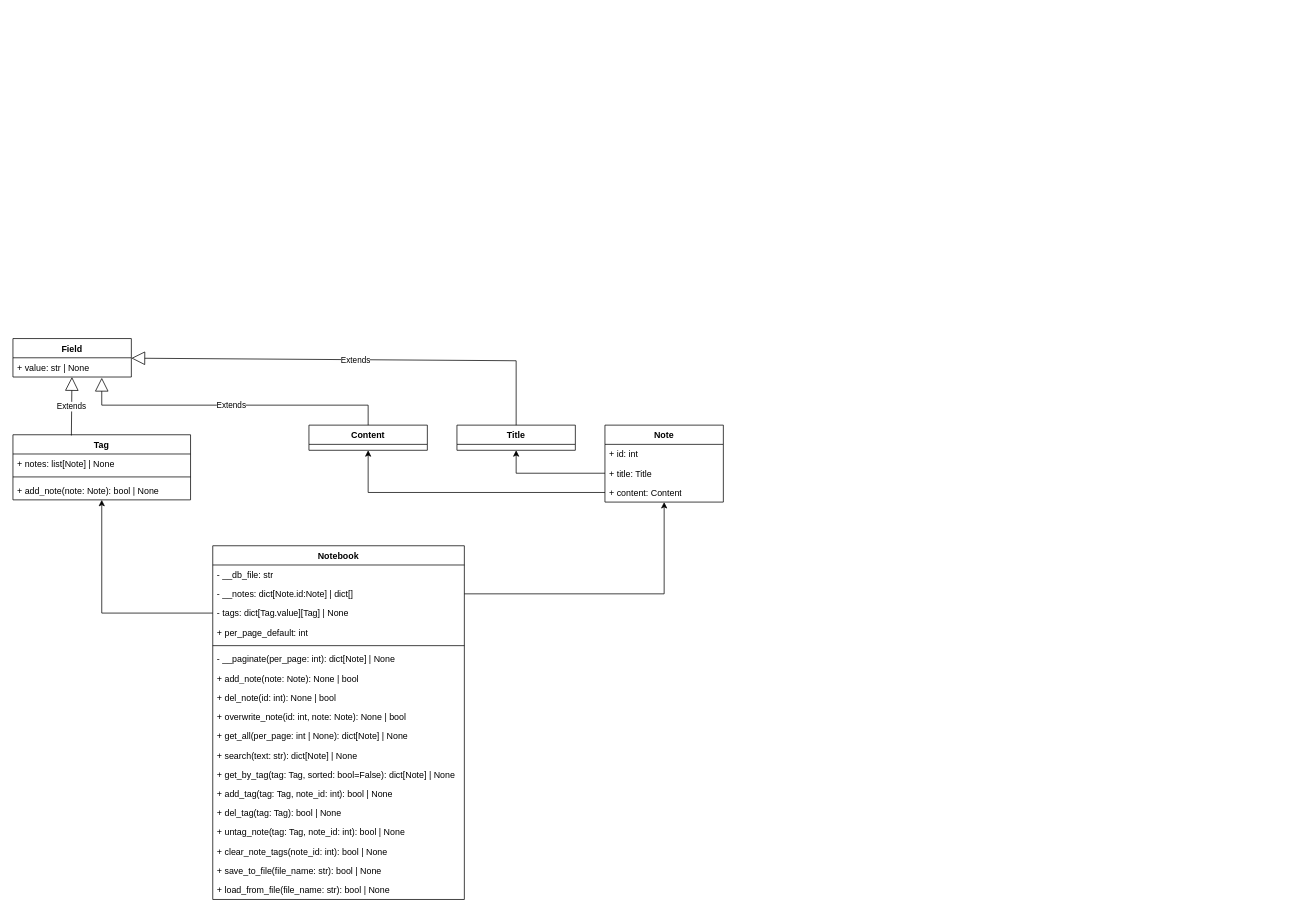
Above: The S.O.F.T.drawio in oleverse/uml (draw.io), before the change. Source tidied: cells renumbered, new cells numbered last; positions are measured from the earlier drawing's top-left corner, leaving out a move shared by most shapes. Both pictures are drawn from the tidied source at 74%, with x=0, y=0 at pixel (13, 338).
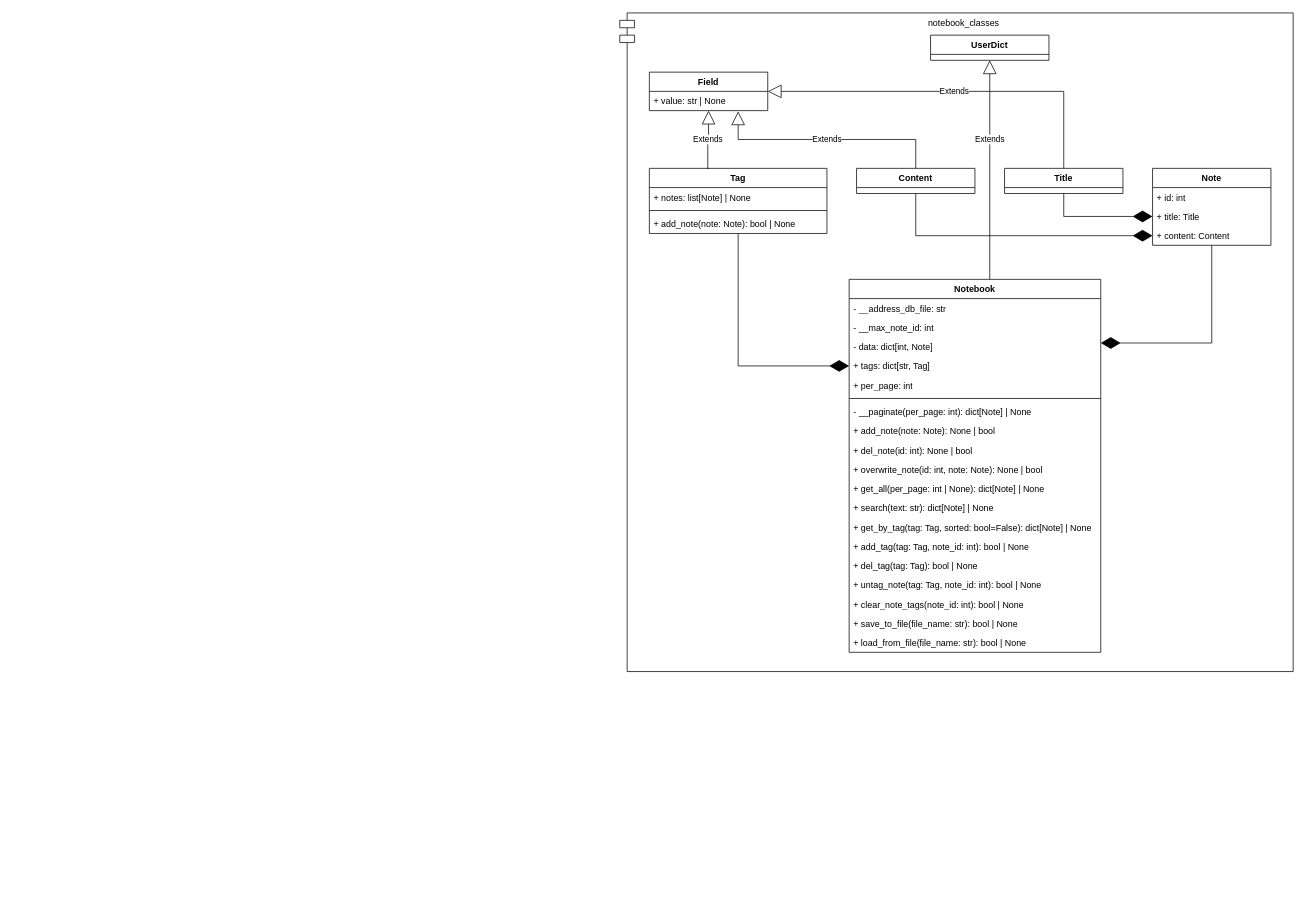
The same page after the edit.

Unchanged cells that the change refers to:
```xml
<mxCell id="4" value="&lt;div&gt;+ title: Title&lt;/div&gt;" style="text;strokeColor=none;fillColor=none;align=left;verticalAlign=top;spacingLeft=4;spacingRight=4;overflow=hidden;points=[[0,0.5],[1,0.5]];portConstraint=eastwest;whiteSpace=wrap;html=1;" parent="2" vertex="1">
  <mxGeometry y="52" width="160" height="26" as="geometry" />
</mxCell>
<mxCell id="5" value="&lt;div&gt;+ content: Content&lt;br&gt;&lt;/div&gt;" style="text;strokeColor=none;fillColor=none;align=left;verticalAlign=top;spacingLeft=4;spacingRight=4;overflow=hidden;points=[[0,0.5],[1,0.5]];portConstraint=eastwest;whiteSpace=wrap;html=1;" parent="2" vertex="1">
  <mxGeometry y="78" width="160" height="26" as="geometry" />
</mxCell>
<mxCell id="30" value="+ value: str | None" style="text;strokeColor=none;fillColor=none;align=left;verticalAlign=top;spacingLeft=4;spacingRight=4;overflow=hidden;points=[[0,0.5],[1,0.5]];portConstraint=eastwest;whiteSpace=wrap;html=1;" parent="29" vertex="1">
  <mxGeometry y="26" width="160" height="26" as="geometry" />
</mxCell>
```

The edit, as a diff of the source:
```diff
@@
+    <mxCell id="40" style="group;" parent="1" vertex="1">
+      <mxGeometry x="820" y="-440" width="910" height="890" as="geometry" />
+    </mxCell>
+    <mxCell id="41" value="&lt;div&gt;notebook_classes&lt;/div&gt;&lt;div&gt;&lt;br&gt;&lt;/div&gt;" style="shape=module;align=left;spacingLeft=20;align=center;verticalAlign=top;whiteSpace=wrap;html=1;" parent="40" vertex="1">
+      <mxGeometry width="910" height="890" as="geometry" />
+    </mxCell>
-    <mxCell id="2" value="Note" style="swimlane;fontStyle=1;align=center;verticalAlign=top;horizontal=1;startSize=26;whiteSpace=wrap;html=1;" parent="1" vertex="1">
-      <mxGeometry x="800" y="117" width="160" height="104" as="geometry" />
+    <mxCell id="2" value="Note" style="swimlane;fontStyle=1;align=center;verticalAlign=top;horizontal=1;startSize=26;whiteSpace=wrap;html=1;" parent="40" vertex="1">
+      <mxGeometry x="720" y="210" width="160" height="104" as="geometry" />
     </mxCell>
@@
-    <mxCell id="6" value="&lt;div&gt;Notebook&lt;/div&gt;" style="swimlane;fontStyle=1;align=center;verticalAlign=top;horizontal=1;startSize=26;whiteSpace=wrap;html=1;" parent="1" vertex="1">
-      <mxGeometry x="270" y="280" width="340" height="478" as="geometry" />
+    <mxCell id="6" value="&lt;div&gt;Notebook&lt;/div&gt;" style="swimlane;fontStyle=1;align=center;verticalAlign=top;horizontal=1;startSize=26;whiteSpace=wrap;html=1;" parent="40" vertex="1">
+      <mxGeometry x="310" y="360" width="340" height="504" as="geometry" />
     </mxCell>
-    <mxCell id="7" value="- __db_file: str" style="text;strokeColor=none;fillColor=none;align=left;verticalAlign=top;spacingLeft=4;spacingRight=4;overflow=hidden;whiteSpace=wrap;html=1;" parent="6" vertex="1">
+    <mxCell id="7" value="- __address_db_file: str" style="text;strokeColor=none;fillColor=none;align=left;verticalAlign=top;spacingLeft=4;spacingRight=4;overflow=hidden;whiteSpace=wrap;html=1;" parent="6" vertex="1">
       <mxGeometry y="26" width="340" height="26" as="geometry" />
     </mxCell>
+    <mxCell id="42" value="- __max_note_id: int" style="text;strokeColor=none;fillColor=none;align=left;verticalAlign=top;spacingLeft=4;spacingRight=4;overflow=hidden;whiteSpace=wrap;html=1;" parent="6" vertex="1">
+      <mxGeometry y="52" width="340" height="26" as="geometry" />
+    </mxCell>
-    <mxCell id="8" value="- __notes: dict[Note.id:Note] | dict[]" style="text;strokeColor=none;fillColor=none;align=left;verticalAlign=top;spacingLeft=4;spacingRight=4;overflow=hidden;points=[[0,0.5],[1,0.5]];portConstraint=eastwest;whiteSpace=wrap;html=1;" parent="6" vertex="1">
-      <mxGeometry y="52" width="340" height="26" as="geometry" />
+    <mxCell id="8" value="- data: dict[int, Note]" style="text;strokeColor=none;fillColor=none;align=left;verticalAlign=top;spacingLeft=4;spacingRight=4;overflow=hidden;points=[[0,0.5],[1,0.5]];portConstraint=eastwest;whiteSpace=wrap;html=1;" parent="6" vertex="1">
+      <mxGeometry y="78" width="340" height="26" as="geometry" />
     </mxCell>
-    <mxCell id="9" value="&lt;div&gt;- tags: dict[Tag.value][Tag] | None&lt;br&gt;&lt;/div&gt;" style="text;strokeColor=none;fillColor=none;align=left;verticalAlign=top;spacingLeft=4;spacingRight=4;overflow=hidden;points=[[0,0.5],[1,0.5]];portConstraint=eastwest;whiteSpace=wrap;html=1;" parent="6" vertex="1">
-      <mxGeometry y="78" width="340" height="26" as="geometry" />
+    <mxCell id="9" value="&lt;div&gt;+ tags: dict[str, Tag]&lt;br&gt;&lt;/div&gt;" style="text;strokeColor=none;fillColor=none;align=left;verticalAlign=top;spacingLeft=4;spacingRight=4;overflow=hidden;points=[[0,0.5],[1,0.5]];portConstraint=eastwest;whiteSpace=wrap;html=1;" parent="6" vertex="1">
+      <mxGeometry y="104" width="340" height="26" as="geometry" />
     </mxCell>
-    <mxCell id="10" value="&lt;div&gt;+ per_page_default: int&lt;br&gt;&lt;/div&gt;" style="text;strokeColor=none;fillColor=none;align=left;verticalAlign=top;spacingLeft=4;spacingRight=4;overflow=hidden;whiteSpace=wrap;html=1;" parent="6" vertex="1">
-      <mxGeometry y="104" width="340" height="26" as="geometry" />
+    <mxCell id="10" value="&lt;div&gt;+ per_page: int&lt;br&gt;&lt;/div&gt;" style="text;strokeColor=none;fillColor=none;align=left;verticalAlign=top;spacingLeft=4;spacingRight=4;overflow=hidden;whiteSpace=wrap;html=1;" parent="6" vertex="1">
+      <mxGeometry y="130" width="340" height="26" as="geometry" />
     </mxCell>
     <mxCell id="11" style="line;strokeWidth=1;fillColor=none;align=left;verticalAlign=middle;spacingTop=-1;spacingLeft=3;spacingRight=3;labelPosition=right;strokeColor=inherit;" parent="6" vertex="1">
-      <mxGeometry y="130" width="340" height="10" as="geometry" />
+      <mxGeometry y="156" width="340" height="10" as="geometry" />
     </mxCell>
     <mxCell id="12" value="- __paginate(per_page: int): dict[Note] | None" style="text;strokeColor=none;fillColor=none;align=left;verticalAlign=top;spacingLeft=4;spacingRight=4;overflow=hidden;whiteSpace=wrap;html=1;" parent="6" vertex="1">
-      <mxGeometry y="140" width="340" height="26" as="geometry" />
+      <mxGeometry y="166" width="340" height="26" as="geometry" />
     </mxCell>
     <mxCell id="13" value="+ add_note(note: Note): None | bool" style="text;strokeColor=none;fillColor=none;align=left;verticalAlign=top;spacingLeft=4;spacingRight=4;overflow=hidden;whiteSpace=wrap;html=1;" parent="6" vertex="1">
-      <mxGeometry y="166" width="340" height="26" as="geometry" />
+      <mxGeometry y="192" width="340" height="26" as="geometry" />
     </mxCell>
     <mxCell id="14" value="+ del_note(id: int): None | bool" style="text;strokeColor=none;fillColor=none;align=left;verticalAlign=top;spacingLeft=4;spacingRight=4;overflow=hidden;whiteSpace=wrap;html=1;" parent="6" vertex="1">
-      <mxGeometry y="192" width="340" height="26" as="geometry" />
+      <mxGeometry y="218" width="340" height="26" as="geometry" />
     </mxCell>
     <mxCell id="15" value="+ overwrite_note(id: int, note: Note): None | bool" style="text;strokeColor=none;fillColor=none;align=left;verticalAlign=top;spacingLeft=4;spacingRight=4;overflow=hidden;whiteSpace=wrap;html=1;" parent="6" vertex="1">
-      <mxGeometry y="218" width="340" height="26" as="geometry" />
+      <mxGeometry y="244" width="340" height="26" as="geometry" />
     </mxCell>
     <mxCell id="16" value="+ get_all(per_page: int | None): dict[Note] | None" style="text;strokeColor=none;fillColor=none;align=left;verticalAlign=top;spacingLeft=4;spacingRight=4;overflow=hidden;whiteSpace=wrap;html=1;" parent="6" vertex="1">
-      <mxGeometry y="244" width="340" height="26" as="geometry" />
+      <mxGeometry y="270" width="340" height="26" as="geometry" />
     </mxCell>
     <mxCell id="17" value="+ search(text: str): dict[Note] | None" style="text;strokeColor=none;fillColor=none;align=left;verticalAlign=top;spacingLeft=4;spacingRight=4;overflow=hidden;whiteSpace=wrap;html=1;" parent="6" vertex="1">
-      <mxGeometry y="270" width="340" height="26" as="geometry" />
+      <mxGeometry y="296" width="340" height="26" as="geometry" />
     </mxCell>
     <mxCell id="18" value="+ get_by_tag(tag: Tag, sorted: bool=False): dict[Note] | None" style="text;strokeColor=none;fillColor=none;align=left;verticalAlign=top;spacingLeft=4;spacingRight=4;overflow=hidden;whiteSpace=wrap;html=1;" parent="6" vertex="1">
-      <mxGeometry y="296" width="340" height="26" as="geometry" />
+      <mxGeometry y="322" width="340" height="26" as="geometry" />
     </mxCell>
     <mxCell id="19" value="+ add_tag(tag: Tag, note_id: int): bool | None" style="text;strokeColor=none;fillColor=none;align=left;verticalAlign=top;spacingLeft=4;spacingRight=4;overflow=hidden;whiteSpace=wrap;html=1;" parent="6" vertex="1">
-      <mxGeometry y="322" width="340" height="26" as="geometry" />
+      <mxGeometry y="348" width="340" height="26" as="geometry" />
     </mxCell>
     <mxCell id="20" value="+ del_tag(tag: Tag): bool | None" style="text;strokeColor=none;fillColor=none;align=left;verticalAlign=top;spacingLeft=4;spacingRight=4;overflow=hidden;whiteSpace=wrap;html=1;" parent="6" vertex="1">
-      <mxGeometry y="348" width="340" height="26" as="geometry" />
+      <mxGeometry y="374" width="340" height="26" as="geometry" />
     </mxCell>
     <mxCell id="21" value="+ untag_note(tag: Tag, note_id: int): bool | None" style="text;strokeColor=none;fillColor=none;align=left;verticalAlign=top;spacingLeft=4;spacingRight=4;overflow=hidden;whiteSpace=wrap;html=1;" parent="6" vertex="1">
-      <mxGeometry y="374" width="340" height="26" as="geometry" />
+      <mxGeometry y="400" width="340" height="26" as="geometry" />
     </mxCell>
     <mxCell id="22" value="+ clear_note_tags(note_id: int): bool | None" style="text;strokeColor=none;fillColor=none;align=left;verticalAlign=top;spacingLeft=4;spacingRight=4;overflow=hidden;whiteSpace=wrap;html=1;" parent="6" vertex="1">
-      <mxGeometry y="400" width="340" height="26" as="geometry" />
+      <mxGeometry y="426" width="340" height="26" as="geometry" />
     </mxCell>
     <mxCell id="23" value="+ save_to_file(file_name: str): bool | None" style="text;strokeColor=none;fillColor=none;align=left;verticalAlign=top;spacingLeft=4;spacingRight=4;overflow=hidden;whiteSpace=wrap;html=1;" parent="6" vertex="1">
-      <mxGeometry y="426" width="340" height="26" as="geometry" />
+      <mxGeometry y="452" width="340" height="26" as="geometry" />
     </mxCell>
     <mxCell id="24" value="+ load_from_file(file_name: str): bool | None" style="text;strokeColor=none;fillColor=none;align=left;verticalAlign=top;spacingLeft=4;spacingRight=4;overflow=hidden;whiteSpace=wrap;html=1;" parent="6" vertex="1">
-      <mxGeometry y="452" width="340" height="26" as="geometry" />
+      <mxGeometry y="478" width="340" height="26" as="geometry" />
     </mxCell>
-    <mxCell id="25" value="Tag" style="swimlane;fontStyle=1;align=center;verticalAlign=top;horizontal=1;startSize=26;whiteSpace=wrap;html=1;" parent="1" vertex="1">
-      <mxGeometry y="130" width="240" height="88" as="geometry" />
+    <mxCell id="25" value="Tag" style="swimlane;fontStyle=1;align=center;verticalAlign=top;horizontal=1;startSize=26;whiteSpace=wrap;html=1;" parent="40" vertex="1">
+      <mxGeometry x="40" y="210" width="240" height="88" as="geometry" />
     </mxCell>
@@
-    <mxCell id="29" value="Field" style="swimlane;fontStyle=1;align=center;verticalAlign=top;horizontal=1;startSize=26;whiteSpace=wrap;html=1;" parent="1" vertex="1">
-      <mxGeometry width="160" height="52" as="geometry" />
+    <mxCell id="29" value="Field" style="swimlane;fontStyle=1;align=center;verticalAlign=top;horizontal=1;startSize=26;whiteSpace=wrap;html=1;" parent="40" vertex="1">
+      <mxGeometry x="40" y="80" width="160" height="52" as="geometry" />
     </mxCell>
@@
-    <mxCell id="31" value="Title" style="swimlane;fontStyle=1;align=center;verticalAlign=top;horizontal=1;startSize=26;whiteSpace=wrap;html=1;" parent="1" vertex="1">
-      <mxGeometry x="600" y="117" width="160" height="34" as="geometry" />
+    <mxCell id="31" value="Title" style="swimlane;fontStyle=1;align=center;verticalAlign=top;horizontal=1;startSize=26;whiteSpace=wrap;html=1;" parent="40" vertex="1">
+      <mxGeometry x="520" y="210" width="160" height="34" as="geometry" />
     </mxCell>
-    <mxCell id="32" value="Extends" style="endArrow=block;endSize=16;endFill=0;html=1;rounded=0;exitX=0.329;exitY=0.011;exitDx=0;exitDy=0;exitPerimeter=0;" parent="1" edge="1" source="25" target="29">
+    <mxCell id="32" value="Extends" style="endArrow=block;endSize=16;endFill=0;html=1;rounded=0;exitX=0.329;exitY=0.011;exitDx=0;exitDy=0;exitPerimeter=0;edgeStyle=orthogonalEdgeStyle;" parent="40" edge="1" source="25" target="29">
       <mxGeometry relative="1" as="geometry" />
     </mxCell>
-    <mxCell id="33" value="Extends" style="endArrow=block;endSize=16;endFill=0;html=1;rounded=0;orthogonal=0;noJump=0;" parent="1" edge="1" source="31" target="29">
+    <mxCell id="33" value="Extends" style="endArrow=block;endSize=16;endFill=0;html=1;rounded=0;orthogonal=0;noJump=0;edgeStyle=orthogonalEdgeStyle;" parent="40" edge="1" source="31" target="29">
       <mxGeometry relative="1" as="geometry">
         <Array as="points">
-          <mxPoint x="680" y="30" />
+          <mxPoint x="600" y="106" />
         </Array>
       </mxGeometry>
     </mxCell>
-    <mxCell id="34" value="&lt;div&gt;Content&lt;/div&gt;" style="swimlane;fontStyle=1;align=center;verticalAlign=top;horizontal=1;startSize=26;whiteSpace=wrap;html=1;" parent="1" vertex="1">
-      <mxGeometry x="400" y="117" width="160" height="34" as="geometry" />
+    <mxCell id="34" value="&lt;div&gt;Content&lt;/div&gt;" style="swimlane;fontStyle=1;align=center;verticalAlign=top;horizontal=1;startSize=26;whiteSpace=wrap;html=1;" parent="40" vertex="1">
+      <mxGeometry x="320" y="210" width="160" height="34" as="geometry" />
     </mxCell>
-    <mxCell id="35" value="Extends" style="endArrow=block;endSize=16;endFill=0;html=1;rounded=0;exitX=0.5;exitY=0;exitDx=0;exitDy=0;entryX=0.75;entryY=1.038;entryDx=0;entryDy=0;entryPerimeter=0;" parent="1" edge="1" source="34" target="30">
-      <mxGeometry relative="1" as="geometry">
-        <Array as="points">
-          <mxPoint x="480" y="90" />
-          <mxPoint x="120" y="90" />
-        </Array>
-      </mxGeometry>
+    <mxCell id="35" value="Extends" style="endArrow=block;endSize=16;endFill=0;html=1;rounded=0;exitX=0.5;exitY=0;exitDx=0;exitDy=0;entryX=0.75;entryY=1.038;entryDx=0;entryDy=0;entryPerimeter=0;edgeStyle=orthogonalEdgeStyle;" parent="40" edge="1" source="34" target="30">
+      <mxGeometry relative="1" as="geometry" />
     </mxCell>
-    <mxCell id="36" style="edgeStyle=orthogonalEdgeStyle;rounded=0;jettySize=auto;html=1;exitX=0;exitY=0.5;exitDx=0;exitDy=0;" parent="1" edge="1" source="4" target="31">
-      <mxGeometry relative="1" as="geometry" />
-    </mxCell>
-    <mxCell id="37" style="edgeStyle=orthogonalEdgeStyle;rounded=0;jettySize=auto;html=1;exitX=0;exitY=0.5;exitDx=0;exitDy=0;" parent="1" edge="1" source="5" target="34">
-      <mxGeometry relative="1" as="geometry" />
-    </mxCell>
-    <mxCell id="38" style="edgeStyle=orthogonalEdgeStyle;rounded=0;jettySize=auto;html=1;" parent="1" edge="1" source="8" target="2">
-      <mxGeometry relative="1" as="geometry" />
-    </mxCell>
-    <mxCell id="39" style="edgeStyle=orthogonalEdgeStyle;rounded=0;jettySize=auto;html=1;entryX=0.5;entryY=1;entryDx=0;entryDy=0;" parent="1" edge="1" source="9" target="25">
-      <mxGeometry relative="1" as="geometry" />
-    </mxCell>
+    <mxCell id="43" style="endArrow=diamondThin;endFill=1;endSize=24;html=1;rounded=0;entryX=0;entryY=0.5;entryDx=0;entryDy=0;exitX=0.5;exitY=1;exitDx=0;exitDy=0;edgeStyle=orthogonalEdgeStyle;" parent="40" edge="1" source="31" target="4">
+      <mxGeometry relative="1" as="geometry" />
+    </mxCell>
+    <mxCell id="44" style="endArrow=diamondThin;endFill=1;endSize=24;html=1;rounded=0;entryX=0;entryY=0.5;entryDx=0;entryDy=0;exitX=0.5;exitY=1;exitDx=0;exitDy=0;edgeStyle=orthogonalEdgeStyle;" parent="40" edge="1" source="34" target="5">
+      <mxGeometry relative="1" as="geometry" />
+    </mxCell>
+    <mxCell id="45" style="endArrow=diamondThin;endFill=1;endSize=24;html=1;rounded=0;edgeStyle=orthogonalEdgeStyle;entryX=1;entryY=0.308;entryDx=0;entryDy=0;entryPerimeter=0;" parent="40" edge="1" source="2" target="8">
+      <mxGeometry relative="1" as="geometry" />
+    </mxCell>
+    <mxCell id="46" value="&lt;div&gt;UserDict&lt;/div&gt;" style="swimlane;fontStyle=1;align=center;verticalAlign=top;horizontal=1;startSize=26;whiteSpace=wrap;html=1;" parent="40" vertex="1">
+      <mxGeometry x="420" y="30" width="160" height="34" as="geometry" />
+    </mxCell>
+    <mxCell id="47" value="Extends" style="endArrow=block;endSize=16;endFill=0;html=1;rounded=0;orthogonal=0;noJump=0;" parent="40" edge="1" target="46">
+      <mxGeometry x="0.28" relative="1" as="geometry">
+        <mxPoint x="500" y="360" as="sourcePoint" />
+      </mxGeometry>
+    </mxCell>
+    <mxCell id="48" style="endArrow=diamondThin;endFill=1;endSize=24;html=1;rounded=0;edgeStyle=orthogonalEdgeStyle;entryX=0;entryY=0.5;entryDx=0;entryDy=0;" parent="40" edge="1" source="25" target="9">
+      <mxGeometry relative="1" as="geometry" />
+    </mxCell>
```
